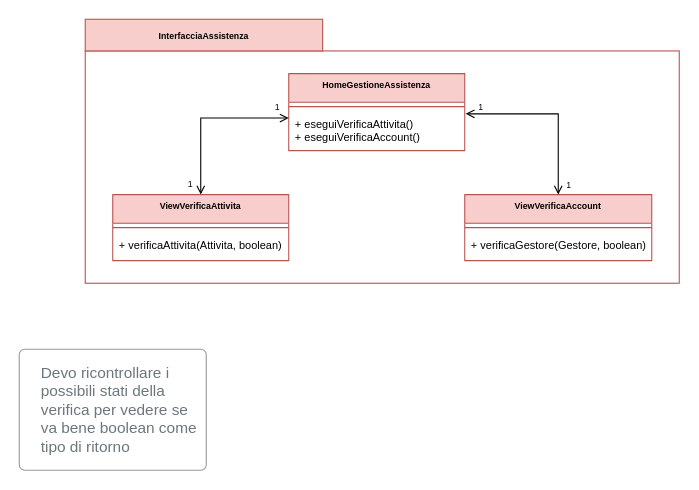
Above: page "Assistenza" (1 of 3) of progettazione/dettaglio/dettaglioView.drawio in Marco-Burattoni/Progetto-ids (draw.io), before the change. Source tidied: cells renumbered, new cells numbered last; positions are measured from the earlier drawing's top-left corner, leaving out a move shared by most shapes. Both pictures are drawn from the tidied source at 110%, with x=0, y=0 at pixel (19, 19).
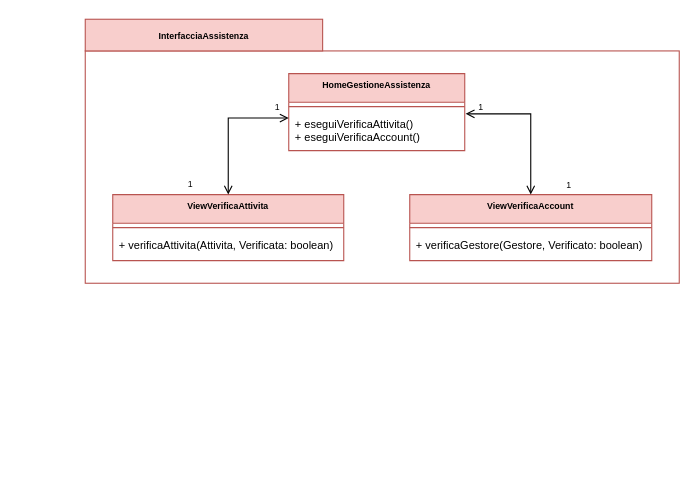
Above is the later version.

The change refers to these unchanged cells:
```xml
<mxCell id="4" style="group;" parent="1" vertex="1">
  <mxGeometry x="85" y="49.4" width="490" height="170" as="geometry" />
</mxCell>
```

Diff of the diagram source:
```diff
@@
     <mxCell id="8" value="ViewVerificaAttivita" style="swimlane;fontStyle=1;align=center;verticalAlign=top;horizontal=1;startSize=26;fillColor=#F8CECC;strokeColor=#B85450;fontSize=8;" parent="4" vertex="1">
-      <mxGeometry y="110" width="160" height="60" as="geometry" />
+      <mxGeometry y="110" width="210" height="60" as="geometry" />
     </mxCell>
     <mxCell id="9" style="line;strokeWidth=1;fillColor=none;align=left;verticalAlign=middle;spacingTop=-1;spacingLeft=3;spacingRight=3;labelPosition=right;strokeColor=inherit;" parent="8" vertex="1">
-      <mxGeometry y="26" width="160" height="8" as="geometry" />
+      <mxGeometry y="26" width="210" height="8" as="geometry" />
     </mxCell>
-    <mxCell id="10" value="+ verificaAttivita(Attivita, boolean)" style="text;strokeColor=none;fillColor=none;align=left;verticalAlign=top;spacingLeft=4;spacingRight=4;overflow=hidden;fontSize=10;" parent="8" vertex="1">
-      <mxGeometry y="34" width="160" height="26" as="geometry" />
+    <mxCell id="10" value="+ verificaAttivita(Attivita, Verificata: boolean)" style="text;strokeColor=none;fillColor=none;align=left;verticalAlign=top;spacingLeft=4;spacingRight=4;overflow=hidden;fontSize=10;" parent="8" vertex="1">
+      <mxGeometry y="34" width="210" height="26" as="geometry" />
     </mxCell>
     <mxCell id="11" value="ViewVerificaAccount" style="swimlane;fontStyle=1;align=center;verticalAlign=top;horizontal=1;startSize=26;fillColor=#F8CECC;strokeColor=#B85450;fontSize=8;" parent="4" vertex="1">
-      <mxGeometry x="320" y="110" width="170" height="60" as="geometry" />
+      <mxGeometry x="270" y="110" width="220" height="60" as="geometry" />
     </mxCell>
     <mxCell id="12" style="line;strokeWidth=1;fillColor=none;align=left;verticalAlign=middle;spacingTop=-1;spacingLeft=3;spacingRight=3;labelPosition=right;strokeColor=inherit;" parent="11" vertex="1">
-      <mxGeometry y="26" width="170" height="8" as="geometry" />
+      <mxGeometry y="26" width="220" height="8" as="geometry" />
     </mxCell>
-    <mxCell id="13" value="+ verificaGestore(Gestore, boolean)" style="text;strokeColor=none;fillColor=none;align=left;verticalAlign=top;spacingLeft=4;spacingRight=4;overflow=hidden;fontSize=10;" parent="11" vertex="1">
-      <mxGeometry y="34" width="170" height="26" as="geometry" />
+    <mxCell id="13" value="+ verificaGestore(Gestore, Verificato: boolean)" style="text;strokeColor=none;fillColor=none;align=left;verticalAlign=top;spacingLeft=4;spacingRight=4;overflow=hidden;fontSize=10;" parent="11" vertex="1">
+      <mxGeometry y="34" width="220" height="26" as="geometry" />
     </mxCell>
@@
-    <mxCell id="19" value="Devo ricontrollare i possibili stati della verifica per vedere se va bene boolean come tipo di ritorno" style="html=1;shadow=0;dashed=0;shape=mxgraph.bootstrap.rrect;rSize=5;strokeColor=#999999;strokeWidth=1;fillColor=#FFFFFF;fontColor=#6C767D;whiteSpace=wrap;align=left;verticalAlign=middle;spacingLeft=10;fontSize=14;spacing=10;" parent="1" vertex="1">
-      <mxGeometry y="300" width="170" height="110" as="geometry" />
-    </mxCell>
```
